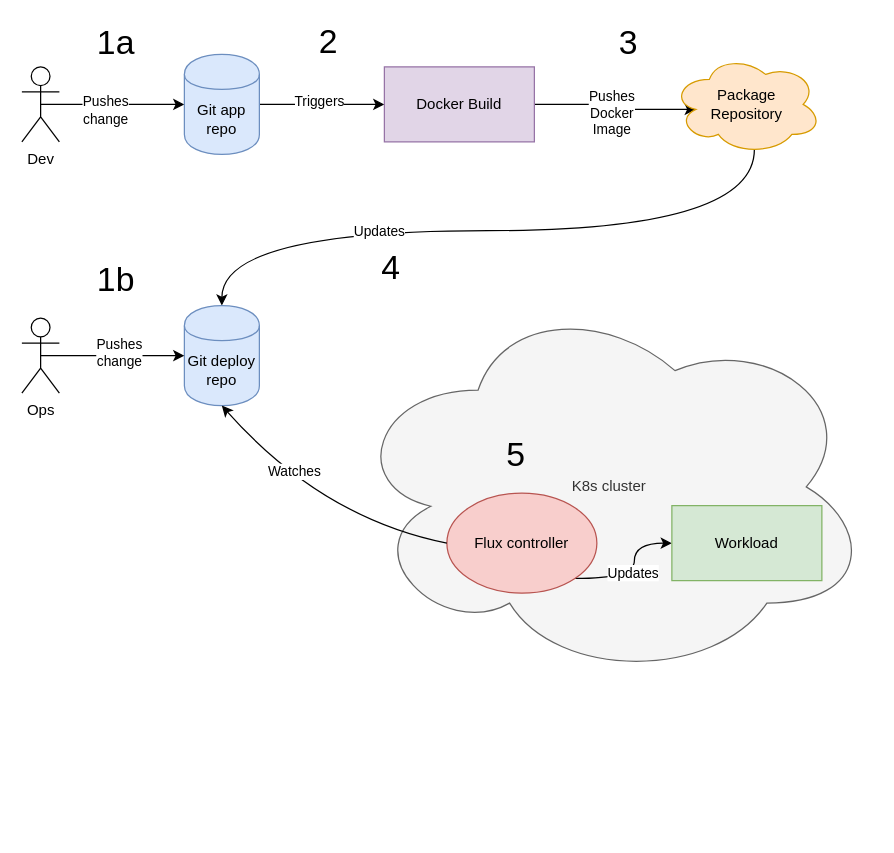
ianmiell/gitops-example keeps this draw.io diagram as images/HighLevel.drawio. Above is the earlier version. Source tidied: cells renumbered, new cells numbered last; positions are measured from the earlier drawing's top-left corner, leaving out a move shared by most shapes. Both pictures are drawn from the tidied source at 125%, with x=0, y=0 at pixel (21, 29).
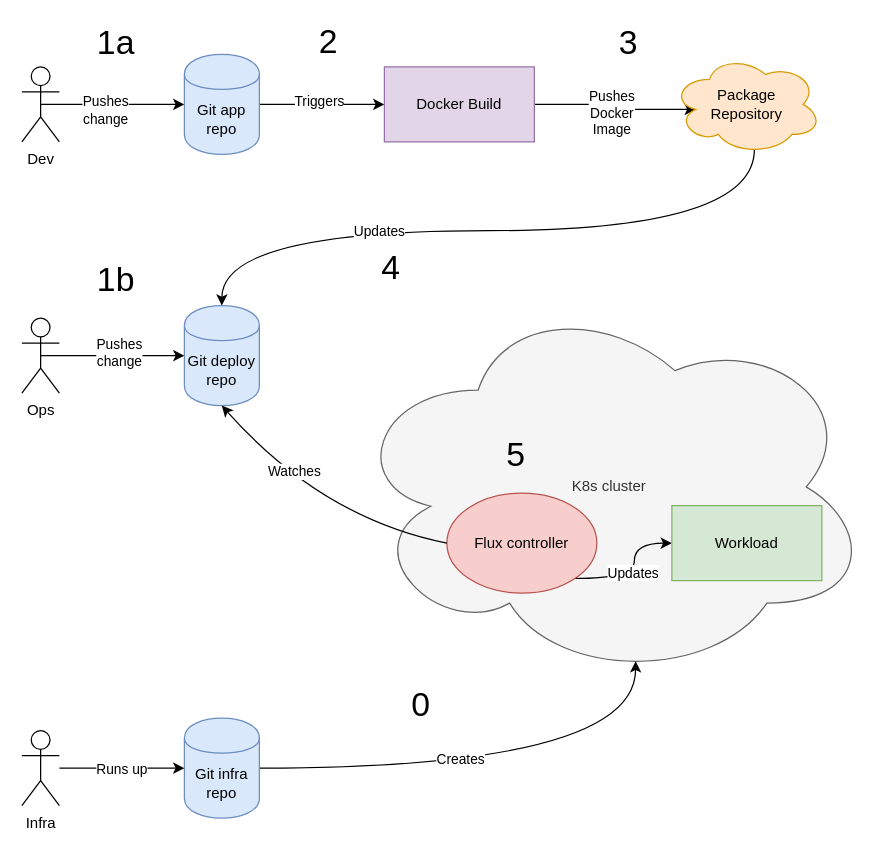
After the change.

Unchanged cells that the change refers to:
```xml
<mxCell id="15" value="K8s cluster" style="ellipse;shape=cloud;whiteSpace=wrap;html=1;fillColor=#f5f5f5;strokeColor=#666666;fontColor=#333333;" parent="1" vertex="1">
  <mxGeometry x="260" y="211" width="420" height="310" as="geometry" />
</mxCell>
```

The edit, as a diff of the source:
```diff
@@
+    <mxCell id="31" style="edgeStyle=orthogonalEdgeStyle;jettySize=auto;html=1;exitX=1;exitY=0.5;exitDx=0;exitDy=0;entryX=0.55;entryY=0.95;entryDx=0;entryDy=0;entryPerimeter=0;curved=1;" parent="1" edge="1" source="33" target="15">
+      <mxGeometry relative="1" as="geometry" />
+    </mxCell>
+    <mxCell id="32" value="Creates" style="edgeLabel;html=1;align=center;verticalAlign=middle;" parent="31" vertex="1">
+      <mxGeometry x="-0.17" y="8" relative="1" as="geometry" />
+    </mxCell>
+    <mxCell id="33" value="Git infra repo" style="shape=cylinder;whiteSpace=wrap;html=1;boundedLbl=1;backgroundOutline=1;fillColor=#dae8fc;strokeColor=#6c8ebf;" parent="1" vertex="1">
+      <mxGeometry x="130" y="551" width="60" height="80" as="geometry" />
+    </mxCell>
+    <mxCell id="34" style="edgeStyle=orthogonalEdgeStyle;curved=1;jettySize=auto;html=1;" parent="1" edge="1" source="36" target="33">
+      <mxGeometry relative="1" as="geometry" />
+    </mxCell>
+    <mxCell id="35" value="Runs up" style="edgeLabel;html=1;align=center;verticalAlign=middle;" parent="34" vertex="1">
+      <mxGeometry x="-0.03" relative="1" as="geometry" />
+    </mxCell>
+    <mxCell id="36" value="Infra" style="shape=umlActor;verticalLabelPosition=bottom;verticalAlign=top;html=1;outlineConnect=0;" parent="1" vertex="1">
+      <mxGeometry y="561" width="30" height="60" as="geometry" />
+    </mxCell>
+    <mxCell id="37" value="&lt;font style=&quot;font-size: 27px&quot;&gt;0&lt;/font&gt;" style="text;html=1;align=center;verticalAlign=middle;" parent="1" vertex="1">
+      <mxGeometry x="304" y="531" width="30" height="20" as="geometry" />
+    </mxCell>
```
